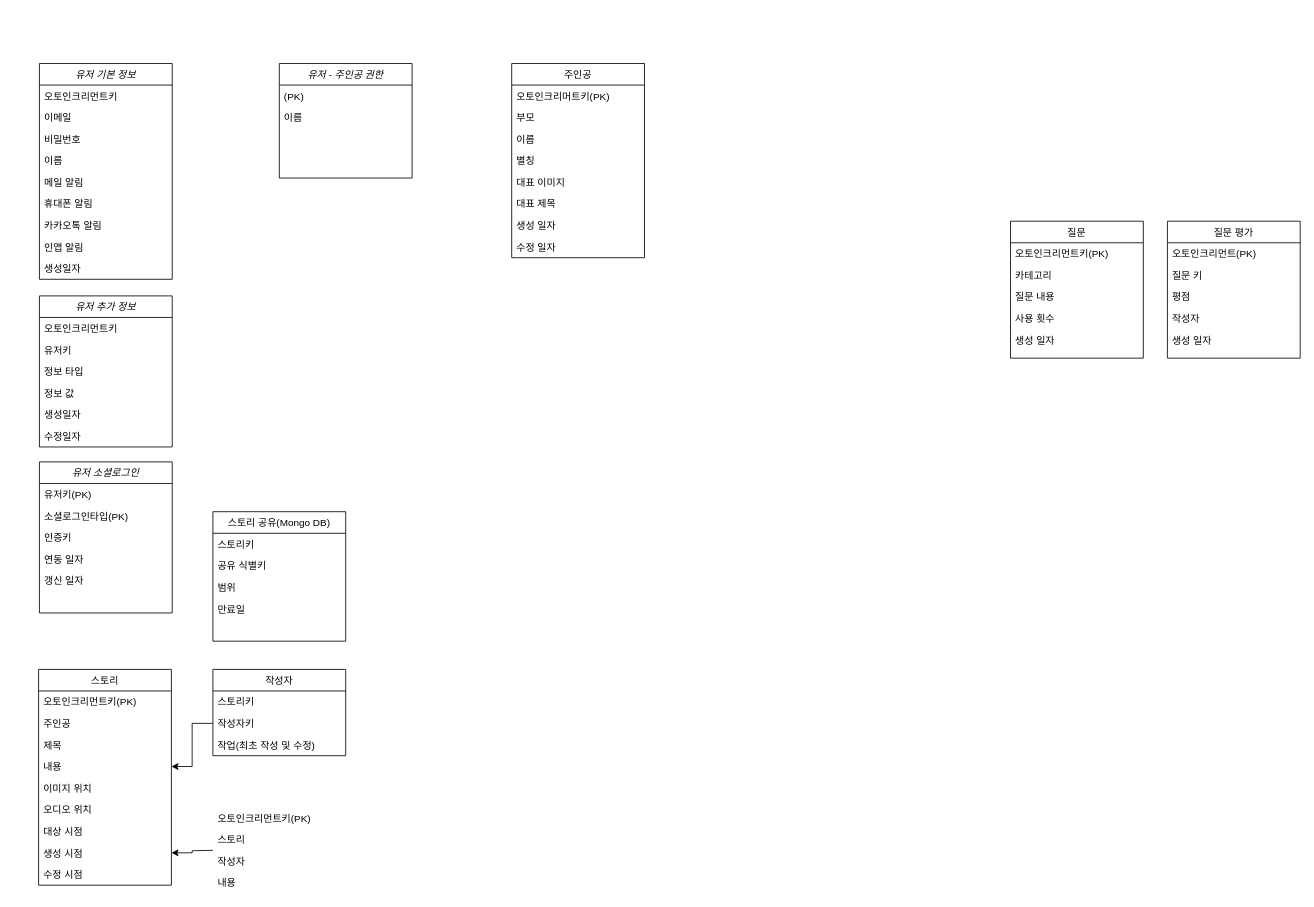
Before: harmony.drawio in itmca/harmony-files, a draw.io diagram. Source tidied: cells renumbered, new cells numbered last; positions are measured from the earlier drawing's top-left corner, leaving out a move shared by most shapes. Both pictures are drawn from the tidied source at 83%, with x=0, y=0 at pixel (38, 63).
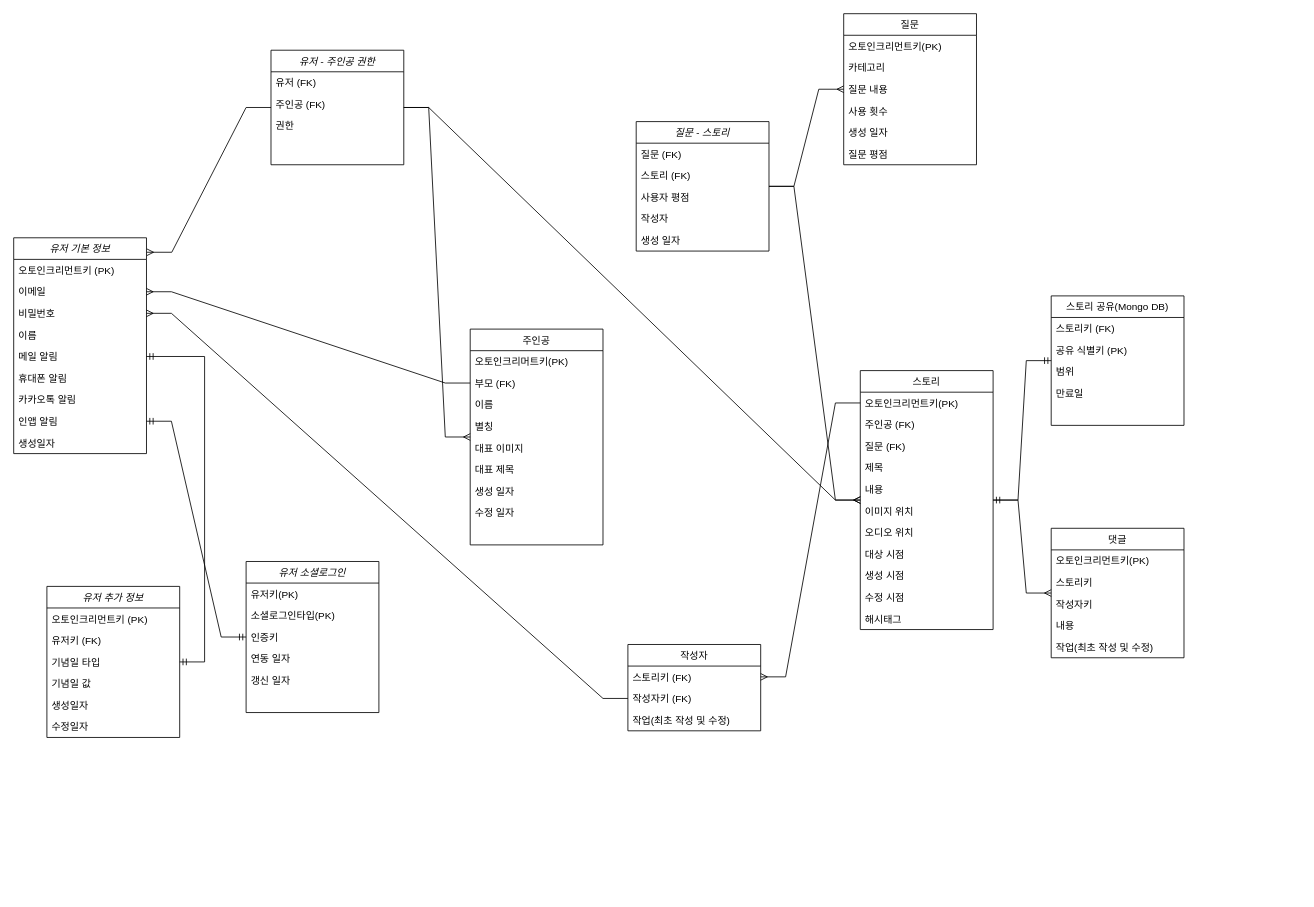
After the change.

Commit message:
harmony db erd

The change refers to these unchanged cells:
```xml
<mxCell id="4" value="이메일" style="text;align=left;verticalAlign=top;spacingLeft=4;spacingRight=4;overflow=hidden;points=[[0,0.5],[1,0.5]];portConstraint=eastwest;rounded=0;shadow=0;html=0;" parent="2" vertex="1">
  <mxGeometry y="52" width="160" height="26" as="geometry" />
</mxCell>
<mxCell id="5" value="비밀번호" style="text;align=left;verticalAlign=top;spacingLeft=4;spacingRight=4;overflow=hidden;points=[[0,0.5],[1,0.5]];portConstraint=eastwest;rounded=0;shadow=0;html=0;" parent="2" vertex="1">
  <mxGeometry y="78" width="160" height="26" as="geometry" />
</mxCell>
<mxCell id="7" value="메일 알림" style="text;align=left;verticalAlign=top;spacingLeft=4;spacingRight=4;overflow=hidden;points=[[0,0.5],[1,0.5]];portConstraint=eastwest;rounded=0;shadow=0;html=0;" parent="2" vertex="1">
  <mxGeometry y="130" width="160" height="26" as="geometry" />
</mxCell>
<mxCell id="10" value="인앱 알림" style="text;align=left;verticalAlign=top;spacingLeft=4;spacingRight=4;overflow=hidden;points=[[0,0.5],[1,0.5]];portConstraint=eastwest;rounded=0;shadow=0;html=0;" parent="2" vertex="1">
  <mxGeometry y="208" width="160" height="26" as="geometry" />
</mxCell>
<mxCell id="13" value="오토인크리먼트키(PK)" style="text;align=left;verticalAlign=top;spacingLeft=4;spacingRight=4;overflow=hidden;points=[[0,0.5],[1,0.5]];portConstraint=eastwest;" parent="12" vertex="1">
  <mxGeometry y="26" width="160" height="26" as="geometry" />
</mxCell>
```

What changed in the source:
```diff
@@
     <mxCell id="2" value="유저 기본 정보" style="swimlane;fontStyle=2;align=center;verticalAlign=top;horizontal=1;startSize=26;rounded=0;shadow=0;strokeWidth=1;" parent="1" vertex="1">
-      <mxGeometry x="1" width="160" height="260" as="geometry" />
+      <mxGeometry x="-30" y="210" width="160" height="260" as="geometry" />
     </mxCell>
-    <mxCell id="3" value="오토인크리먼트키" style="text;align=left;verticalAlign=top;spacingLeft=4;spacingRight=4;overflow=hidden;rounded=0;shadow=0;html=0;" parent="2" vertex="1">
+    <mxCell id="3" value="오토인크리먼트키 (PK)" style="text;align=left;verticalAlign=top;spacingLeft=4;spacingRight=4;overflow=hidden;rounded=0;shadow=0;html=0;" parent="2" vertex="1">
       <mxGeometry y="26" width="160" height="26" as="geometry" />
     </mxCell>
@@
     <mxCell id="12" value="스토리" style="swimlane;fontStyle=0;align=center;verticalAlign=top;horizontal=1;startSize=26;rounded=0;shadow=0;strokeWidth=1;" parent="1" vertex="1">
-      <mxGeometry y="730" width="160" height="260" as="geometry" />
+      <mxGeometry x="990" y="370" width="160" height="312" as="geometry" />
     </mxCell>
@@
-    <mxCell id="14" value="주인공" style="text;align=left;verticalAlign=top;spacingLeft=4;spacingRight=4;overflow=hidden;" parent="12" vertex="1">
+    <mxCell id="14" value="주인공 (FK)" style="text;align=left;verticalAlign=top;spacingLeft=4;spacingRight=4;overflow=hidden;" parent="12" vertex="1">
       <mxGeometry y="52" width="160" height="26" as="geometry" />
     </mxCell>
+    <mxCell id="74" value="질문 (FK)" style="text;align=left;verticalAlign=top;spacingLeft=4;spacingRight=4;overflow=hidden;" parent="12" vertex="1">
+      <mxGeometry y="78" width="160" height="26" as="geometry" />
+    </mxCell>
     <mxCell id="15" value="제목" style="text;align=left;verticalAlign=top;spacingLeft=4;spacingRight=4;overflow=hidden;" parent="12" vertex="1">
-      <mxGeometry y="78" width="160" height="26" as="geometry" />
+      <mxGeometry y="104" width="160" height="26" as="geometry" />
     </mxCell>
     <mxCell id="16" value="내용" style="text;align=left;verticalAlign=top;spacingLeft=4;spacingRight=4;overflow=hidden;points=[[0,0.5],[1,0.5]];portConstraint=eastwest;" parent="12" vertex="1">
-      <mxGeometry y="104" width="160" height="26" as="geometry" />
+      <mxGeometry y="130" width="160" height="26" as="geometry" />
     </mxCell>
     <mxCell id="17" value="이미지 위치" style="text;align=left;verticalAlign=top;spacingLeft=4;spacingRight=4;overflow=hidden;" parent="12" vertex="1">
-      <mxGeometry y="130" width="160" height="26" as="geometry" />
+      <mxGeometry y="156" width="160" height="26" as="geometry" />
     </mxCell>
     <mxCell id="18" value="오디오 위치" style="text;align=left;verticalAlign=top;spacingLeft=4;spacingRight=4;overflow=hidden;" parent="12" vertex="1">
-      <mxGeometry y="156" width="160" height="26" as="geometry" />
+      <mxGeometry y="182" width="160" height="26" as="geometry" />
     </mxCell>
     <mxCell id="19" value="대상 시점" style="text;align=left;verticalAlign=top;spacingLeft=4;spacingRight=4;overflow=hidden;" parent="12" vertex="1">
-      <mxGeometry y="182" width="160" height="26" as="geometry" />
+      <mxGeometry y="208" width="160" height="26" as="geometry" />
     </mxCell>
     <mxCell id="20" value="생성 시점" style="text;align=left;verticalAlign=top;spacingLeft=4;spacingRight=4;overflow=hidden;points=[[0,0.5],[1,0.5]];portConstraint=eastwest;" parent="12" vertex="1">
-      <mxGeometry y="208" width="160" height="26" as="geometry" />
+      <mxGeometry y="234" width="160" height="26" as="geometry" />
     </mxCell>
     <mxCell id="21" value="수정 시점" style="text;align=left;verticalAlign=top;spacingLeft=4;spacingRight=4;overflow=hidden;" parent="12" vertex="1">
-      <mxGeometry y="234" width="160" height="26" as="geometry" />
+      <mxGeometry y="260" width="160" height="26" as="geometry" />
     </mxCell>
+    <mxCell id="75" value="해시태그" style="text;align=left;verticalAlign=top;spacingLeft=4;spacingRight=4;overflow=hidden;" parent="12" vertex="1">
+      <mxGeometry y="286" width="160" height="26" as="geometry" />
+    </mxCell>
     <mxCell id="22" value="작성자" style="swimlane;fontStyle=0;align=center;verticalAlign=top;horizontal=1;startSize=26;rounded=0;shadow=0;strokeWidth=1;" parent="1" vertex="1">
-      <mxGeometry x="210" y="730" width="160" height="104" as="geometry" />
+      <mxGeometry x="710" y="700" width="160" height="104" as="geometry" />
     </mxCell>
-    <mxCell id="23" value="스토리키" style="text;align=left;verticalAlign=top;spacingLeft=4;spacingRight=4;overflow=hidden;points=[[0,0.5],[1,0.5]];portConstraint=eastwest;" parent="22" vertex="1">
+    <mxCell id="23" value="스토리키 (FK)" style="text;align=left;verticalAlign=top;spacingLeft=4;spacingRight=4;overflow=hidden;points=[[0,0.5],[1,0.5]];portConstraint=eastwest;" parent="22" vertex="1">
       <mxGeometry y="26" width="160" height="26" as="geometry" />
     </mxCell>
-    <mxCell id="24" value="작성자키" style="text;align=left;verticalAlign=top;spacingLeft=4;spacingRight=4;overflow=hidden;points=[[0,0.5],[1,0.5]];portConstraint=eastwest;" parent="22" vertex="1">
+    <mxCell id="24" value="작성자키 (FK)" style="text;align=left;verticalAlign=top;spacingLeft=4;spacingRight=4;overflow=hidden;points=[[0,0.5],[1,0.5]];portConstraint=eastwest;" parent="22" vertex="1">
       <mxGeometry y="52" width="160" height="26" as="geometry" />
     </mxCell>
@@
     <mxCell id="26" value="주인공" style="swimlane;fontStyle=0;align=center;verticalAlign=top;horizontal=1;startSize=26;rounded=0;shadow=0;strokeWidth=1;" parent="1" vertex="1">
-      <mxGeometry x="570" width="160" height="234" as="geometry" />
+      <mxGeometry x="520" y="320" width="160" height="260" as="geometry" />
     </mxCell>
@@
-    <mxCell id="28" value="부모" style="text;align=left;verticalAlign=top;spacingLeft=4;spacingRight=4;overflow=hidden;points=[[0,0.5],[1,0.5]];portConstraint=eastwest;rounded=0;shadow=0;html=0;" parent="26" vertex="1">
+    <mxCell id="28" value="부모 (FK)" style="text;align=left;verticalAlign=top;spacingLeft=4;spacingRight=4;overflow=hidden;points=[[0,0.5],[1,0.5]];portConstraint=eastwest;rounded=0;shadow=0;html=0;" parent="26" vertex="1">
       <mxGeometry y="52" width="160" height="26" as="geometry" />
     </mxCell>
@@
     <mxCell id="35" value="유저 - 주인공 권한" style="swimlane;fontStyle=2;align=center;verticalAlign=top;horizontal=1;startSize=26;rounded=0;shadow=0;strokeWidth=1;" parent="1" vertex="1">
-      <mxGeometry x="290" width="160" height="138" as="geometry" />
+      <mxGeometry x="280" y="-16" width="160" height="138" as="geometry" />
     </mxCell>
-    <mxCell id="36" value="(PK)" style="text;align=left;verticalAlign=top;spacingLeft=4;spacingRight=4;overflow=hidden;rounded=0;shadow=0;html=0;" parent="35" vertex="1">
+    <mxCell id="36" value="유저 (FK)" style="text;align=left;verticalAlign=top;spacingLeft=4;spacingRight=4;overflow=hidden;rounded=0;shadow=0;html=0;" parent="35" vertex="1">
       <mxGeometry y="26" width="160" height="26" as="geometry" />
     </mxCell>
-    <mxCell id="37" value="이름" style="text;align=left;verticalAlign=top;spacingLeft=4;spacingRight=4;overflow=hidden;rounded=0;shadow=0;html=0;" parent="35" vertex="1">
+    <mxCell id="37" value="주인공 (FK)" style="text;align=left;verticalAlign=top;spacingLeft=4;spacingRight=4;overflow=hidden;rounded=0;shadow=0;html=0;" parent="35" vertex="1">
       <mxGeometry y="52" width="160" height="26" as="geometry" />
     </mxCell>
-    <mxCell id="38" style="edgeStyle=orthogonalEdgeStyle;rounded=0;jettySize=auto;html=1;" parent="1" edge="1" target="20">
-      <mxGeometry relative="1" as="geometry">
-        <mxPoint x="210" y="948" as="sourcePoint" />
-      </mxGeometry>
-    </mxCell>
-    <mxCell id="39" value="오토인크리먼트키(PK)" style="text;align=left;verticalAlign=top;spacingLeft=4;spacingRight=4;overflow=hidden;" parent="1" vertex="1">
-      <mxGeometry x="210" y="896" width="160" height="26" as="geometry" />
-    </mxCell>
-    <mxCell id="40" value="스토리" style="text;align=left;verticalAlign=top;spacingLeft=4;spacingRight=4;overflow=hidden;" parent="1" vertex="1">
-      <mxGeometry x="210" y="922" width="160" height="26" as="geometry" />
-    </mxCell>
-    <mxCell id="41" value="작성자" style="text;align=left;verticalAlign=top;spacingLeft=4;spacingRight=4;overflow=hidden;" parent="1" vertex="1">
-      <mxGeometry x="210" y="948" width="160" height="26" as="geometry" />
-    </mxCell>
-    <mxCell id="42" value="내용" style="text;align=left;verticalAlign=top;spacingLeft=4;spacingRight=4;overflow=hidden;" parent="1" vertex="1">
-      <mxGeometry x="210" y="974" width="160" height="26" as="geometry" />
-    </mxCell>
-    <mxCell id="43" style="edgeStyle=orthogonalEdgeStyle;rounded=0;jettySize=auto;html=1;" parent="1" edge="1" source="24" target="16">
-      <mxGeometry relative="1" as="geometry" />
-    </mxCell>
+    <mxCell id="76" value="권한" style="text;align=left;verticalAlign=top;spacingLeft=4;spacingRight=4;overflow=hidden;rounded=0;shadow=0;html=0;" parent="35" vertex="1">
+      <mxGeometry y="78" width="160" height="26" as="geometry" />
+    </mxCell>
     <mxCell id="44" value="유저 추가 정보" style="swimlane;fontStyle=2;align=center;verticalAlign=top;horizontal=1;startSize=26;rounded=0;shadow=0;strokeWidth=1;" parent="1" vertex="1">
-      <mxGeometry x="1" y="280" width="160" height="182" as="geometry" />
+      <mxGeometry x="10" y="630" width="160" height="182" as="geometry" />
     </mxCell>
-    <mxCell id="45" value="오토인크리먼트키" style="text;align=left;verticalAlign=top;spacingLeft=4;spacingRight=4;overflow=hidden;rounded=0;shadow=0;html=0;" parent="44" vertex="1">
+    <mxCell id="45" value="오토인크리먼트키 (PK)" style="text;align=left;verticalAlign=top;spacingLeft=4;spacingRight=4;overflow=hidden;rounded=0;shadow=0;html=0;" parent="44" vertex="1">
       <mxGeometry y="26" width="160" height="26" as="geometry" />
     </mxCell>
-    <mxCell id="46" value="유저키" style="text;align=left;verticalAlign=top;spacingLeft=4;spacingRight=4;overflow=hidden;rounded=0;shadow=0;html=0;" parent="44" vertex="1">
+    <mxCell id="46" value="유저키 (FK)" style="text;align=left;verticalAlign=top;spacingLeft=4;spacingRight=4;overflow=hidden;rounded=0;shadow=0;html=0;" parent="44" vertex="1">
       <mxGeometry y="52" width="160" height="26" as="geometry" />
     </mxCell>
-    <mxCell id="47" value="정보 타입" style="text;align=left;verticalAlign=top;spacingLeft=4;spacingRight=4;overflow=hidden;rounded=0;shadow=0;html=0;" parent="44" vertex="1">
+    <mxCell id="47" value="기념일 타입" style="text;align=left;verticalAlign=top;spacingLeft=4;spacingRight=4;overflow=hidden;rounded=0;shadow=0;html=0;" parent="44" vertex="1">
       <mxGeometry y="78" width="160" height="26" as="geometry" />
     </mxCell>
-    <mxCell id="48" value="정보 값" style="text;align=left;verticalAlign=top;spacingLeft=4;spacingRight=4;overflow=hidden;rounded=0;shadow=0;html=0;" parent="44" vertex="1">
-      <mxGeometry y="104" width="160" height="26" as="geometry" />
-    </mxCell>
+    <mxCell id="77" value="기념일 값" style="text;align=left;verticalAlign=top;spacingLeft=4;spacingRight=4;overflow=hidden;rounded=0;shadow=0;html=0;" parent="44" vertex="1">
+      <mxGeometry y="104" width="160" height="26" as="geometry" />
+    </mxCell>
@@
     <mxCell id="51" value="질문" style="swimlane;fontStyle=0;align=center;verticalAlign=top;horizontal=1;startSize=26;rounded=0;shadow=0;strokeWidth=1;" parent="1" vertex="1">
-      <mxGeometry x="1171" y="190" width="160" height="165" as="geometry" />
+      <mxGeometry x="970" y="-60" width="160" height="182" as="geometry" />
     </mxCell>
@@
-    <mxCell id="57" value="질문 평가" style="swimlane;fontStyle=0;align=center;verticalAlign=top;horizontal=1;startSize=26;rounded=0;shadow=0;strokeWidth=1;" parent="1" vertex="1">
-      <mxGeometry x="1360" y="190" width="160" height="165" as="geometry" />
-    </mxCell>
-    <mxCell id="58" value="오토인크리먼트(PK)" style="text;align=left;verticalAlign=top;spacingLeft=4;spacingRight=4;overflow=hidden;" parent="57" vertex="1">
-      <mxGeometry y="26" width="160" height="26" as="geometry" />
-    </mxCell>
-    <mxCell id="59" value="질문 키" style="text;align=left;verticalAlign=top;spacingLeft=4;spacingRight=4;overflow=hidden;" parent="57" vertex="1">
-      <mxGeometry y="52" width="160" height="26" as="geometry" />
-    </mxCell>
-    <mxCell id="60" value="평점" style="text;align=left;verticalAlign=top;spacingLeft=4;spacingRight=4;overflow=hidden;" parent="57" vertex="1">
-      <mxGeometry y="78" width="160" height="26" as="geometry" />
-    </mxCell>
-    <mxCell id="61" value="작성자" style="text;align=left;verticalAlign=top;spacingLeft=4;spacingRight=4;overflow=hidden;" parent="57" vertex="1">
-      <mxGeometry y="104" width="160" height="26" as="geometry" />
-    </mxCell>
-    <mxCell id="62" value="생성 일자" style="text;align=left;verticalAlign=top;spacingLeft=4;spacingRight=4;overflow=hidden;" parent="57" vertex="1">
-      <mxGeometry y="130" width="160" height="26" as="geometry" />
-    </mxCell>
+    <mxCell id="78" value="질문 평점" style="text;align=left;verticalAlign=top;spacingLeft=4;spacingRight=4;overflow=hidden;" parent="51" vertex="1">
+      <mxGeometry y="156" width="160" height="26" as="geometry" />
+    </mxCell>
     <mxCell id="63" value="유저 소셜로그인" style="swimlane;fontStyle=2;align=center;verticalAlign=top;horizontal=1;startSize=26;rounded=0;shadow=0;strokeWidth=1;" parent="1" vertex="1">
-      <mxGeometry x="1" y="480" width="160" height="182" as="geometry" />
+      <mxGeometry x="250" y="600" width="160" height="182" as="geometry" />
     </mxCell>
@@
     <mxCell id="69" value="스토리 공유(Mongo DB)" style="swimlane;fontStyle=0;align=center;verticalAlign=top;horizontal=1;startSize=26;rounded=0;shadow=0;strokeWidth=1;" parent="1" vertex="1">
-      <mxGeometry x="210" y="540" width="160" height="156" as="geometry" />
+      <mxGeometry x="1220" y="280" width="160" height="156" as="geometry" />
     </mxCell>
-    <mxCell id="70" value="스토리키" style="text;align=left;verticalAlign=top;spacingLeft=4;spacingRight=4;overflow=hidden;" parent="69" vertex="1">
+    <mxCell id="70" value="스토리키 (FK)" style="text;align=left;verticalAlign=top;spacingLeft=4;spacingRight=4;overflow=hidden;" parent="69" vertex="1">
       <mxGeometry y="26" width="160" height="26" as="geometry" />
     </mxCell>
-    <mxCell id="71" value="공유 식별키" style="text;align=left;verticalAlign=top;spacingLeft=4;spacingRight=4;overflow=hidden;" parent="69" vertex="1">
+    <mxCell id="71" value="공유 식별키 (PK) " style="text;align=left;verticalAlign=top;spacingLeft=4;spacingRight=4;overflow=hidden;" parent="69" vertex="1">
       <mxGeometry y="52" width="160" height="26" as="geometry" />
     </mxCell>
@@
+    <mxCell id="79" value="댓글" style="swimlane;fontStyle=0;align=center;verticalAlign=top;horizontal=1;startSize=26;rounded=0;shadow=0;strokeWidth=1;" parent="1" vertex="1">
+      <mxGeometry x="1220" y="560" width="160" height="156" as="geometry" />
+    </mxCell>
+    <mxCell id="39" value="오토인크리먼트키(PK)" style="text;align=left;verticalAlign=top;spacingLeft=4;spacingRight=4;overflow=hidden;" parent="79" vertex="1">
+      <mxGeometry y="26" width="160" height="26" as="geometry" />
+    </mxCell>
+    <mxCell id="80" value="스토리키" style="text;align=left;verticalAlign=top;spacingLeft=4;spacingRight=4;overflow=hidden;" parent="79" vertex="1">
+      <mxGeometry y="52" width="160" height="26" as="geometry" />
+    </mxCell>
+    <mxCell id="81" value="작성자키" style="text;align=left;verticalAlign=top;spacingLeft=4;spacingRight=4;overflow=hidden;" parent="79" vertex="1">
+      <mxGeometry y="78" width="160" height="26" as="geometry" />
+    </mxCell>
+    <mxCell id="42" value="내용" style="text;align=left;verticalAlign=top;spacingLeft=4;spacingRight=4;overflow=hidden;" parent="79" vertex="1">
+      <mxGeometry y="104" width="160" height="26" as="geometry" />
+    </mxCell>
+    <mxCell id="82" value="작업(최초 작성 및 수정)" style="text;align=left;verticalAlign=top;spacingLeft=4;spacingRight=4;overflow=hidden;" parent="79" vertex="1">
+      <mxGeometry y="130" width="160" height="26" as="geometry" />
+    </mxCell>
+    <mxCell id="83" style="edgeStyle=entityRelationEdgeStyle;fontSize=12;html=1;endArrow=ERmandOne;startArrow=ERmandOne;rounded=0;entryX=1;entryY=0.5;entryDx=0;entryDy=0;" parent="1" edge="1" source="44" target="7">
+      <mxGeometry relative="1" as="geometry" />
+    </mxCell>
+    <mxCell id="84" style="edgeStyle=entityRelationEdgeStyle;fontSize=12;html=1;endArrow=ERmandOne;startArrow=ERmandOne;rounded=0;entryX=1;entryY=0.5;entryDx=0;entryDy=0;" parent="1" edge="1" source="63" target="10">
+      <mxGeometry relative="1" as="geometry" />
+    </mxCell>
+    <mxCell id="85" style="edgeStyle=entityRelationEdgeStyle;fontSize=12;html=1;endArrow=ERmany;rounded=0;" parent="1" edge="1" source="35" target="26">
+      <mxGeometry relative="1" as="geometry" />
+    </mxCell>
+    <mxCell id="86" style="edgeStyle=entityRelationEdgeStyle;fontSize=12;html=1;endArrow=ERmany;rounded=0;entryX=1.003;entryY=0.067;entryDx=0;entryDy=0;entryPerimeter=0;" parent="1" edge="1" source="35" target="2">
+      <mxGeometry relative="1" as="geometry" />
+    </mxCell>
+    <mxCell id="87" style="edgeStyle=entityRelationEdgeStyle;fontSize=12;html=1;endArrow=ERmany;rounded=0;" parent="1" edge="1" source="12" target="79">
+      <mxGeometry relative="1" as="geometry" />
+    </mxCell>
+    <mxCell id="88" style="edgeStyle=entityRelationEdgeStyle;fontSize=12;html=1;endArrow=ERmandOne;startArrow=ERmandOne;rounded=0;" parent="1" edge="1" source="12" target="69">
+      <mxGeometry relative="1" as="geometry" />
+    </mxCell>
+    <mxCell id="89" style="edgeStyle=entityRelationEdgeStyle;fontSize=12;html=1;endArrow=ERmany;rounded=0;" parent="1" edge="1" source="13" target="23">
+      <mxGeometry relative="1" as="geometry" />
+    </mxCell>
+    <mxCell id="90" value="질문 - 스토리" style="swimlane;fontStyle=2;align=center;verticalAlign=top;horizontal=1;startSize=26;rounded=0;shadow=0;strokeWidth=1;" parent="1" vertex="1">
+      <mxGeometry x="720" y="70" width="160" height="156" as="geometry" />
+    </mxCell>
+    <mxCell id="91" value="질문 (FK)" style="text;align=left;verticalAlign=top;spacingLeft=4;spacingRight=4;overflow=hidden;rounded=0;shadow=0;html=0;" parent="90" vertex="1">
+      <mxGeometry y="26" width="160" height="26" as="geometry" />
+    </mxCell>
+    <mxCell id="92" value="스토리 (FK)" style="text;align=left;verticalAlign=top;spacingLeft=4;spacingRight=4;overflow=hidden;rounded=0;shadow=0;html=0;" parent="90" vertex="1">
+      <mxGeometry y="52" width="160" height="26" as="geometry" />
+    </mxCell>
+    <mxCell id="93" value="사용자 평점" style="text;align=left;verticalAlign=top;spacingLeft=4;spacingRight=4;overflow=hidden;rounded=0;shadow=0;html=0;" parent="90" vertex="1">
+      <mxGeometry y="78" width="160" height="26" as="geometry" />
+    </mxCell>
+    <mxCell id="94" value="작성자" style="text;align=left;verticalAlign=top;spacingLeft=4;spacingRight=4;overflow=hidden;rounded=0;shadow=0;html=0;" parent="90" vertex="1">
+      <mxGeometry y="104" width="160" height="26" as="geometry" />
+    </mxCell>
+    <mxCell id="62" value="생성 일자" style="text;align=left;verticalAlign=top;spacingLeft=4;spacingRight=4;overflow=hidden;rounded=0;shadow=0;html=0;" parent="90" vertex="1">
+      <mxGeometry y="130" width="160" height="26" as="geometry" />
+    </mxCell>
+    <mxCell id="95" style="edgeStyle=entityRelationEdgeStyle;fontSize=12;html=1;endArrow=ERmany;rounded=0;" parent="1" edge="1" source="90" target="12">
+      <mxGeometry relative="1" as="geometry" />
+    </mxCell>
+    <mxCell id="96" style="edgeStyle=entityRelationEdgeStyle;fontSize=12;html=1;endArrow=ERmany;rounded=0;" parent="1" edge="1" source="90" target="51">
+      <mxGeometry relative="1" as="geometry" />
+    </mxCell>
+    <mxCell id="97" style="edgeStyle=entityRelationEdgeStyle;fontSize=12;html=1;endArrow=ERmany;rounded=0;" parent="1" edge="1" source="35" target="12">
+      <mxGeometry relative="1" as="geometry" />
+    </mxCell>
+    <mxCell id="98" style="edgeStyle=entityRelationEdgeStyle;fontSize=12;html=1;endArrow=ERmany;rounded=0;entryX=1;entryY=0.5;entryDx=0;entryDy=0;" parent="1" edge="1" source="28" target="4">
+      <mxGeometry relative="1" as="geometry" />
+    </mxCell>
+    <mxCell id="99" style="edgeStyle=entityRelationEdgeStyle;fontSize=12;html=1;endArrow=ERmany;rounded=0;entryX=1;entryY=0.5;entryDx=0;entryDy=0;" parent="1" edge="1" source="24" target="5">
+      <mxGeometry relative="1" as="geometry" />
+    </mxCell>
```
